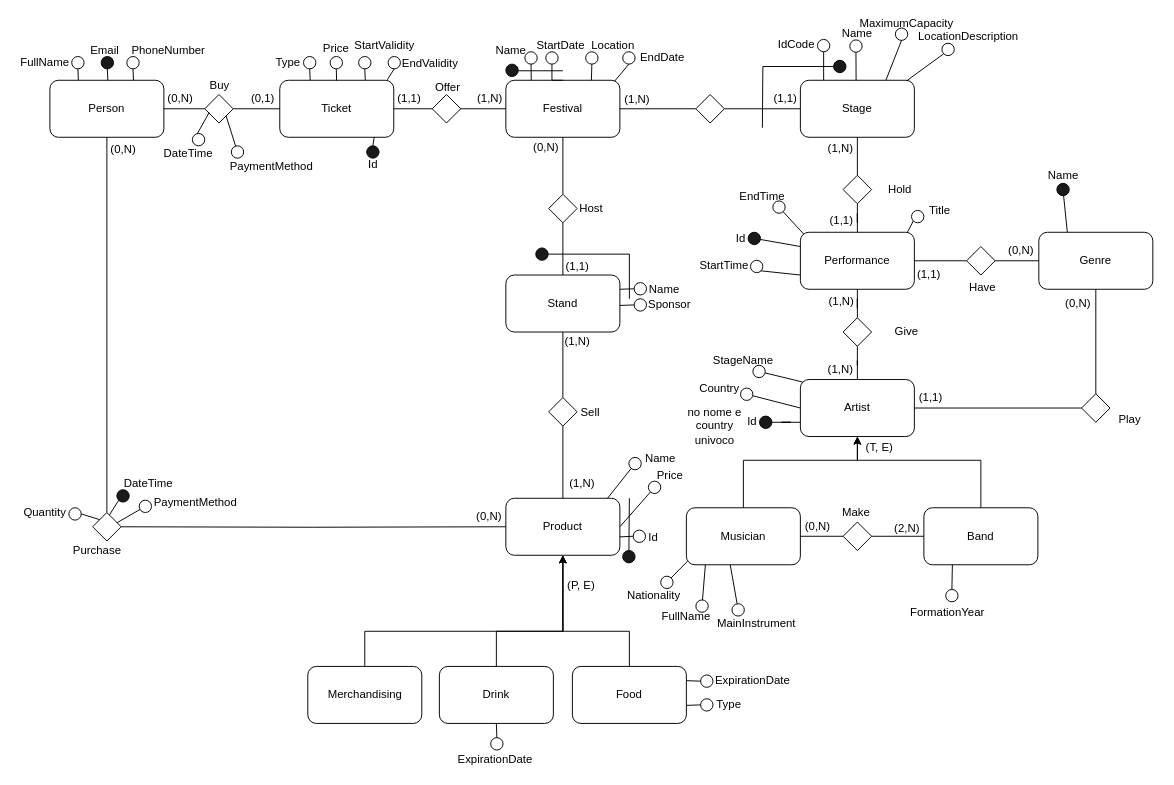
francescoaurora/EICTA keeps this draw.io diagram as progetto_EICTA.drawio. Above is the earlier version. Source tidied: cells renumbered, new cells numbered last; positions are measured from the earlier drawing's top-left corner, leaving out a move shared by most shapes. Both pictures are drawn from the tidied source at 95%, with x=0, y=0 at pixel (16, 18).
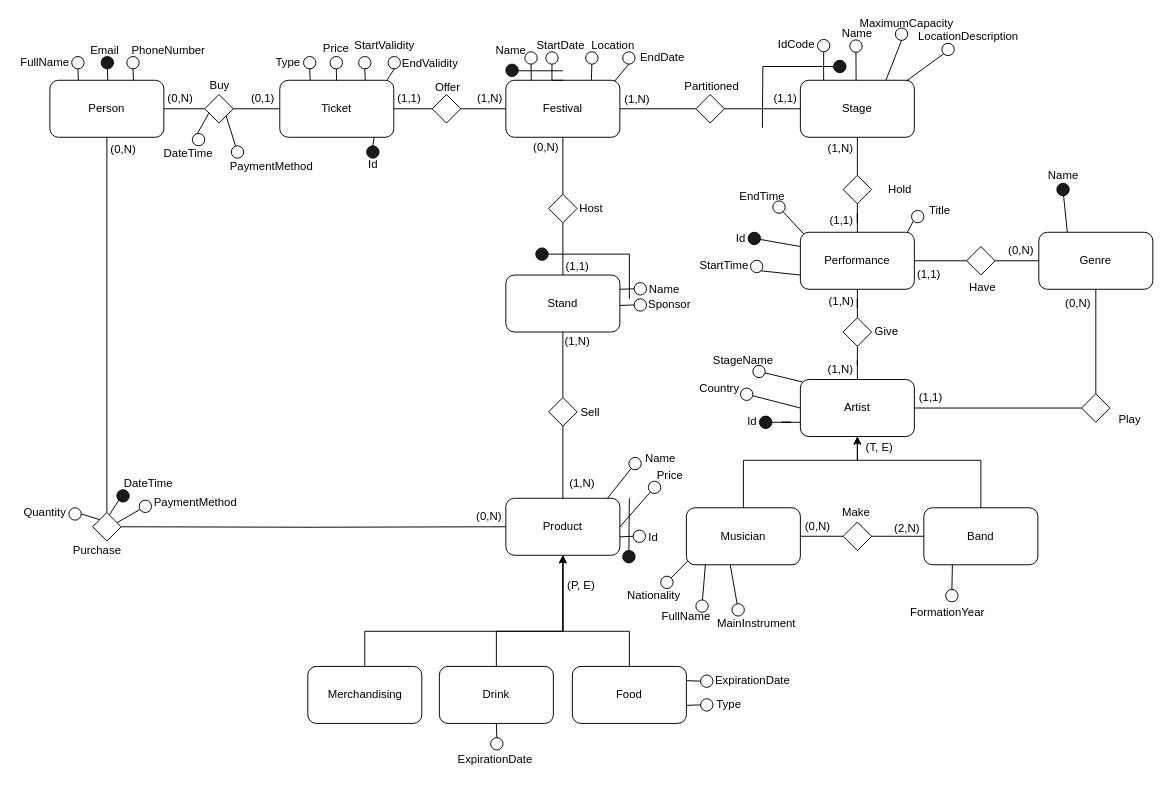
After the change.

The edit, as a diff of the source:
```diff
@@
     <mxCell id="181" value="Give" style="text;html=1;whiteSpace=wrap;strokeColor=none;fillColor=none;align=center;verticalAlign=middle;rounded=0;" parent="1" vertex="1">
-      <mxGeometry x="907" y="315" width="60" height="30" as="geometry" />
+      <mxGeometry x="895" y="315" width="42" height="30" as="geometry" />
     </mxCell>
@@
-    <mxCell id="208" value="no nome e country univoco" style="text;html=1;whiteSpace=wrap;strokeColor=none;fillColor=none;align=center;verticalAlign=middle;rounded=0;" parent="1" vertex="1">
-      <mxGeometry x="705" y="414" width="60" height="30" as="geometry" />
-    </mxCell>
@@
+    <mxCell id="221" value="Partitioned" style="text;html=1;whiteSpace=wrap;strokeColor=none;fillColor=none;align=center;verticalAlign=middle;rounded=0;" parent="1" vertex="1">
+      <mxGeometry x="702" y="57" width="60" height="30" as="geometry" />
+    </mxCell>
```
